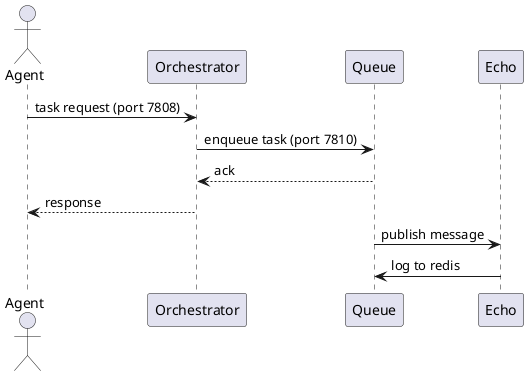
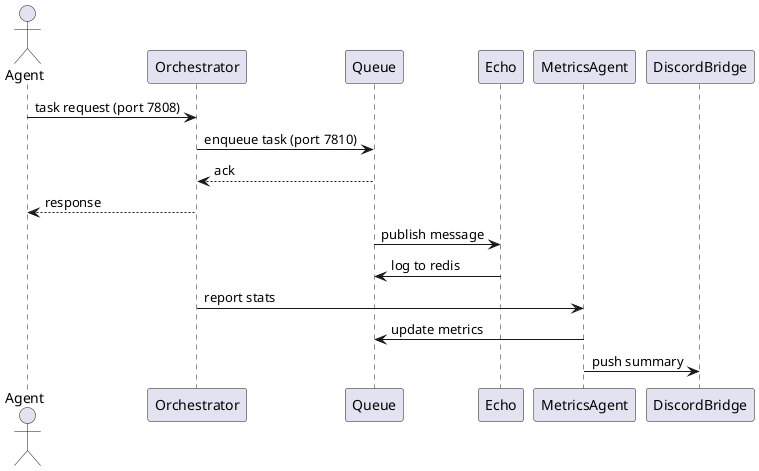
@startuml
actor Agent
participant Orchestrator
participant Queue
participant Echo
+ participant MetricsAgent
+ participant DiscordBridge

Agent -> Orchestrator: task request (port 7808)
Orchestrator -> Queue: enqueue task (port 7810)
Queue --> Orchestrator: ack
Orchestrator --> Agent: response
Queue -> Echo: publish message
Echo -> Queue: log to redis
+ Orchestrator -> MetricsAgent: report stats
+ MetricsAgent -> Queue: update metrics
+ MetricsAgent -> DiscordBridge: push summary
@enduml
